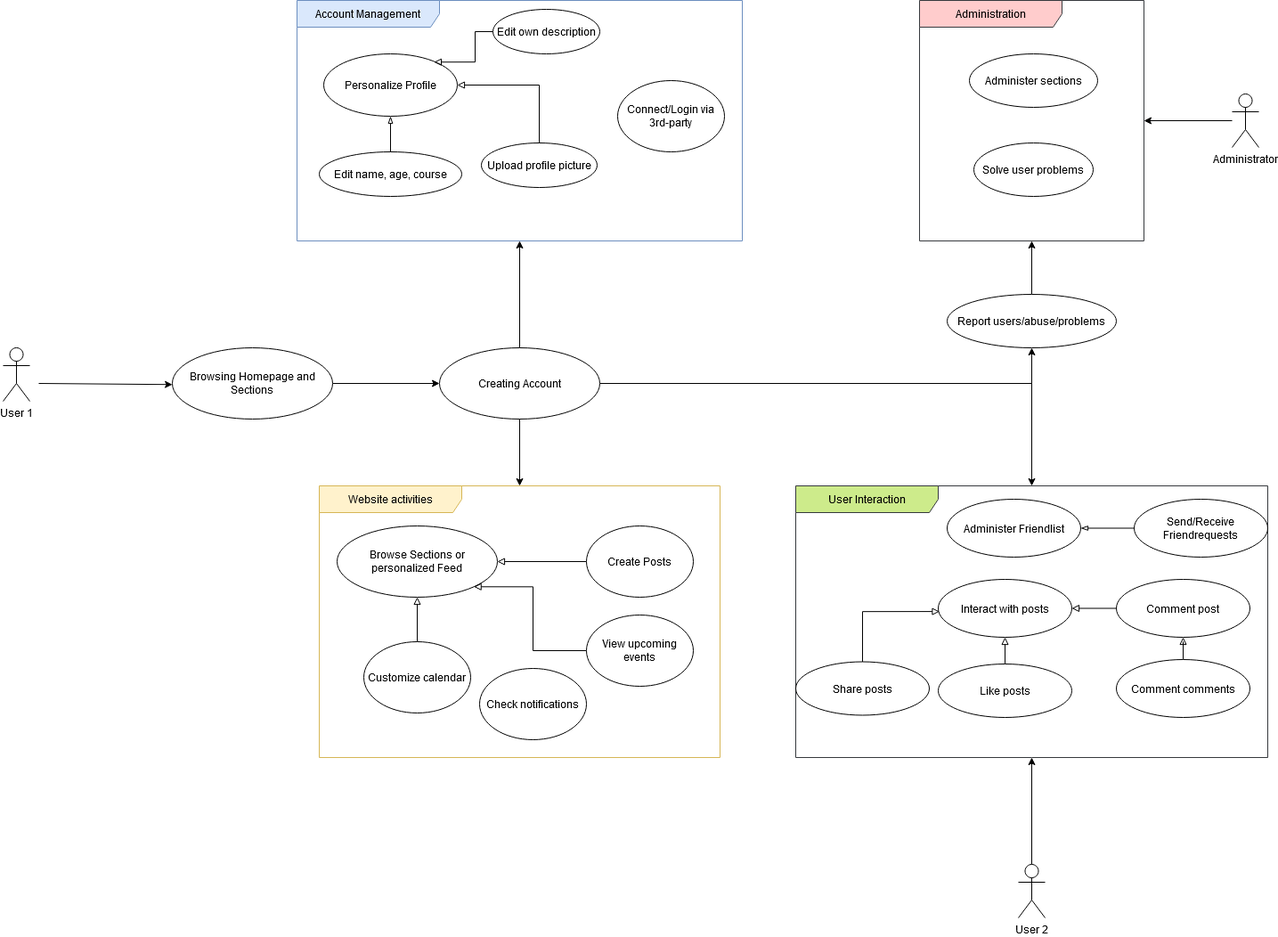
The draw.io diagram docs/diagrams/UsecaseDiagramGeneral.drawio.png in SE-TINF22B6/DHBWhub, before a commit. Source tidied: cells renumbered, new cells last; positions are measured from the earlier drawing's top-left corner, leaving out a move shared by most shapes.
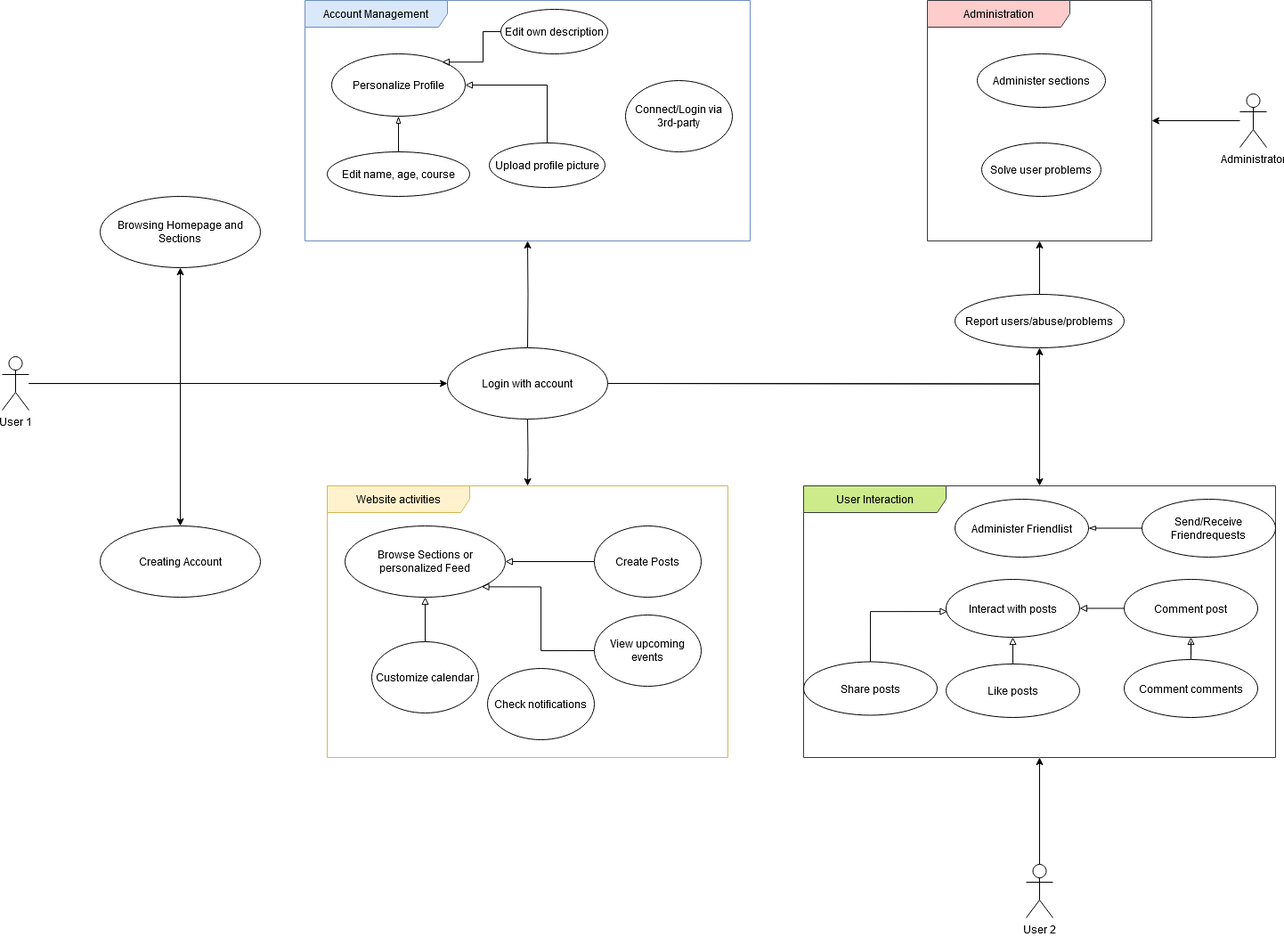
After the commit.

The edit, as a diff of the source:
```diff
@@ -113,34 +113,37 @@
     <mxCell id="35" value="Check notifications" style="ellipse;whiteSpace=wrap;html=1;" parent="27" vertex="1">
       <mxGeometry x="180" y="205" width="120" height="80" as="geometry" />
     </mxCell>
+    <mxCell id="51" style="edgeStyle=orthogonalEdgeStyle;rounded=0;jettySize=auto;html=1;entryX=0.5;entryY=0;entryDx=0;entryDy=0;" parent="1" edge="1" source="36" target="43">
+      <mxGeometry relative="1" as="geometry" />
+    </mxCell>
+    <mxCell id="52" style="edgeStyle=orthogonalEdgeStyle;rounded=0;jettySize=auto;html=1;entryX=0.5;entryY=1;entryDx=0;entryDy=0;" parent="1" edge="1" source="36" target="38">
+      <mxGeometry relative="1" as="geometry" />
+    </mxCell>
+    <mxCell id="53" style="edgeStyle=orthogonalEdgeStyle;rounded=0;jettySize=auto;html=1;" parent="1" edge="1" source="36" target="54">
+      <mxGeometry relative="1" as="geometry" />
+    </mxCell>
     <mxCell id="36" value="User 1" style="shape=umlActor;verticalLabelPosition=bottom;verticalAlign=top;html=1;" parent="1" vertex="1">
-      <mxGeometry y="390" width="30" height="60" as="geometry" />
+      <mxGeometry x="-10" y="400" width="30" height="60" as="geometry" />
     </mxCell>
-    <mxCell id="37" style="edgeStyle=orthogonalEdgeStyle;rounded=0;jettySize=auto;html=1;exitX=1;exitY=0.5;exitDx=0;exitDy=0;" parent="1" edge="1" source="38" target="43">
-      <mxGeometry relative="1" as="geometry" />
-    </mxCell>
-    <mxCell id="38" value="Browsing Homepage and Sections" style="ellipse;whiteSpace=wrap;html=1;" parent="1" vertex="1">
-      <mxGeometry x="190" y="390" width="180" height="80" as="geometry" />
-    </mxCell>
-    <mxCell id="39" style="endArrow=classic;html=1;rounded=0;" parent="1" edge="1" target="38">
-      <mxGeometry relative="1" as="geometry">
-        <mxPoint x="40" y="430" as="sourcePoint" />
-      </mxGeometry>
-    </mxCell>
-    <mxCell id="40" style="edgeStyle=orthogonalEdgeStyle;rounded=0;jettySize=auto;html=1;exitX=0.5;exitY=0;exitDx=0;exitDy=0;" parent="1" edge="1" source="43" target="2">
-      <mxGeometry relative="1" as="geometry" />
+    <mxCell id="40" style="edgeStyle=orthogonalEdgeStyle;rounded=0;jettySize=auto;html=1;exitX=0.5;exitY=0;exitDx=0;exitDy=0;" parent="1" edge="1" target="2">
+      <mxGeometry relative="1" as="geometry">
+        <mxPoint x="580" y="390" as="sourcePoint" />
+      </mxGeometry>
     </mxCell>
-    <mxCell id="41" style="edgeStyle=orthogonalEdgeStyle;rounded=0;jettySize=auto;html=1;" parent="1" edge="1" source="43" target="11">
-      <mxGeometry relative="1" as="geometry" />
+    <mxCell id="41" style="edgeStyle=orthogonalEdgeStyle;rounded=0;jettySize=auto;html=1;" parent="1" edge="1" target="11">
+      <mxGeometry relative="1" as="geometry">
+        <mxPoint x="670" y="430" as="sourcePoint" />
+      </mxGeometry>
     </mxCell>
-    <mxCell id="42" style="edgeStyle=orthogonalEdgeStyle;rounded=0;jettySize=auto;html=1;entryX=0.5;entryY=1;entryDx=0;entryDy=0;" parent="1" edge="1" source="43" target="50">
-      <mxGeometry relative="1" as="geometry" />
+    <mxCell id="42" style="edgeStyle=orthogonalEdgeStyle;rounded=0;jettySize=auto;html=1;entryX=0.5;entryY=1;entryDx=0;entryDy=0;" parent="1" edge="1" target="50">
+      <mxGeometry relative="1" as="geometry">
+        <mxPoint x="670" y="430" as="sourcePoint" />
+      </mxGeometry>
     </mxCell>
-    <mxCell id="43" value="Creating Account" style="ellipse;whiteSpace=wrap;html=1;" parent="1" vertex="1">
-      <mxGeometry x="490" y="390" width="180" height="80" as="geometry" />
-    </mxCell>
-    <mxCell id="44" style="edgeStyle=orthogonalEdgeStyle;rounded=0;jettySize=auto;html=1;exitX=0.5;exitY=1;exitDx=0;exitDy=0;" parent="1" edge="1" source="43" target="27">
-      <mxGeometry relative="1" as="geometry" />
+    <mxCell id="44" style="edgeStyle=orthogonalEdgeStyle;rounded=0;jettySize=auto;html=1;exitX=0.5;exitY=1;exitDx=0;exitDy=0;" parent="1" edge="1" target="27">
+      <mxGeometry relative="1" as="geometry">
+        <mxPoint x="580" y="470" as="sourcePoint" />
+      </mxGeometry>
     </mxCell>
     <mxCell id="45" style="edgeStyle=orthogonalEdgeStyle;rounded=0;jettySize=auto;html=1;" parent="1" edge="1" source="46" target="11">
       <mxGeometry relative="1" as="geometry" />
@@ -160,5 +163,14 @@
     <mxCell id="50" value="Report users/abuse/problems" style="ellipse;whiteSpace=wrap;html=1;" parent="1" vertex="1">
       <mxGeometry x="1060" y="330" width="190" height="60" as="geometry" />
     </mxCell>
+    <mxCell id="38" value="Browsing Homepage and Sections" style="ellipse;whiteSpace=wrap;html=1;" parent="1" vertex="1">
+      <mxGeometry x="100" y="220" width="180" height="80" as="geometry" />
+    </mxCell>
+    <mxCell id="43" value="Creating Account" style="ellipse;whiteSpace=wrap;html=1;" parent="1" vertex="1">
+      <mxGeometry x="100" y="590" width="180" height="80" as="geometry" />
+    </mxCell>
+    <mxCell id="54" value="Login with account " style="ellipse;whiteSpace=wrap;html=1;" parent="1" vertex="1">
+      <mxGeometry x="490" y="390" width="180" height="80" as="geometry" />
+    </mxCell>
   </root>
 </mxGraphModel>
```
